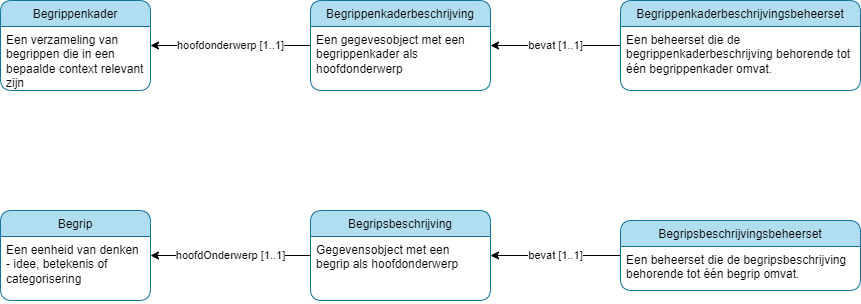
Above: sessies/metadata/versiebeheer/media/versiebeheer.begripsbeschrijving.drawio.png in pldn/nederlands-profiel-voor-stelselcatalogi (draw.io), before the change. Source tidied: cells renumbered, new cells last; positions are measured from the earlier drawing's top-left corner, leaving out a move shared by most shapes.
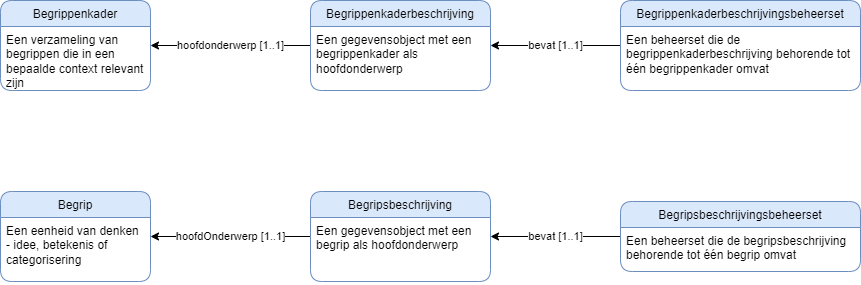
Above is the later version.

Diff of the diagram source:
```diff
@@ -8,46 +8,46 @@
     <mxCell id="3" value="hoofdonderwerp [1..1]" style="edgeStyle=none;html=1;" parent="1" edge="1" source="4" target="12">
       <mxGeometry relative="1" as="geometry" />
     </mxCell>
-    <mxCell id="4" value="Begrippenkaderbeschrijving" style="swimlane;fontStyle=0;horizontal=1;startSize=26;fillColor=#b1ddf0;rounded=1;strokeColor=#10739e;" parent="1" vertex="1">
-      <mxGeometry x="310" width="180" height="90" as="geometry" />
+    <mxCell id="4" value="Begrippenkaderbeschrijving" style="swimlane;fontStyle=0;horizontal=1;startSize=26;fillColor=#dae8fc;rounded=1;strokeColor=#6c8ebf;" parent="1" vertex="1">
+      <mxGeometry x="310" y="29" width="180" height="90" as="geometry" />
     </mxCell>
-    <mxCell id="5" value="Een gegevesobject met een begrippenkader als hoofdonderwerp" style="text;strokeColor=none;fillColor=none;align=left;verticalAlign=top;spacingLeft=4;spacingRight=4;overflow=hidden;whiteSpace=wrap;" parent="4" vertex="1">
+    <mxCell id="5" value="Een gegevensobject met een begrippenkader als hoofdonderwerp" style="text;strokeColor=none;fillColor=none;align=left;verticalAlign=top;spacingLeft=4;spacingRight=4;overflow=hidden;whiteSpace=wrap;" parent="4" vertex="1">
       <mxGeometry y="26" width="180" height="64" as="geometry" />
     </mxCell>
     <mxCell id="6" value="hoofdOnderwerp [1..1]" style="edgeStyle=none;html=1;" parent="1" edge="1" source="7" target="14">
       <mxGeometry relative="1" as="geometry" />
     </mxCell>
-    <mxCell id="7" value="Begripsbeschrijving" style="swimlane;fontStyle=0;horizontal=1;startSize=26;fillColor=#b1ddf0;rounded=1;strokeColor=#10739e;" parent="1" vertex="1">
-      <mxGeometry x="310" y="210" width="180" height="90" as="geometry" />
+    <mxCell id="7" value="Begripsbeschrijving" style="swimlane;fontStyle=0;horizontal=1;startSize=26;fillColor=#dae8fc;rounded=1;strokeColor=#6c8ebf;" parent="1" vertex="1">
+      <mxGeometry x="310" y="220" width="180" height="90" as="geometry" />
     </mxCell>
-    <mxCell id="8" value="Gegevensobject met een begrip als hoofdonderwerp" style="text;strokeColor=none;fillColor=none;align=left;verticalAlign=top;spacingLeft=4;spacingRight=4;overflow=hidden;whiteSpace=wrap;" parent="7" vertex="1">
+    <mxCell id="8" value="Een gegevensobject met een begrip als hoofdonderwerp" style="text;strokeColor=none;fillColor=none;align=left;verticalAlign=top;spacingLeft=4;spacingRight=4;overflow=hidden;whiteSpace=wrap;" parent="7" vertex="1">
       <mxGeometry y="26" width="180" height="64" as="geometry" />
     </mxCell>
     <mxCell id="9" value="bevat [1..1]" style="edgeStyle=none;html=1;" parent="1" edge="1" source="10" target="7">
       <mxGeometry relative="1" as="geometry" />
     </mxCell>
-    <mxCell id="10" value="Begripsbeschrijvingsbeheerset" style="swimlane;fontStyle=0;horizontal=1;startSize=26;fillColor=#b1ddf0;rounded=1;strokeColor=#10739e;" parent="1" vertex="1">
-      <mxGeometry x="620" y="220" width="240" height="70" as="geometry" />
+    <mxCell id="10" value="Begripsbeschrijvingsbeheerset" style="swimlane;fontStyle=0;horizontal=1;startSize=26;fillColor=#dae8fc;rounded=1;strokeColor=#6c8ebf;" parent="1" vertex="1">
+      <mxGeometry x="620" y="230" width="240" height="70" as="geometry" />
     </mxCell>
-    <mxCell id="11" value="Een beheerset die de begripsbeschrijving behorende tot één begrip omvat." style="text;strokeColor=none;fillColor=none;align=left;verticalAlign=top;spacingLeft=4;spacingRight=4;overflow=hidden;whiteSpace=wrap;spacingBottom=0;" parent="10" vertex="1">
+    <mxCell id="11" value="Een beheerset die de begripsbeschrijving behorende tot één begrip omvat" style="text;strokeColor=none;fillColor=none;align=left;verticalAlign=top;spacingLeft=4;spacingRight=4;overflow=hidden;whiteSpace=wrap;spacingBottom=0;" parent="10" vertex="1">
       <mxGeometry y="26" width="240" height="44" as="geometry" />
     </mxCell>
-    <mxCell id="12" value="Begrippenkader" style="swimlane;fontStyle=0;horizontal=1;startSize=26;fillColor=#b1ddf0;rounded=1;strokeColor=#10739e;" parent="1" vertex="1">
-      <mxGeometry width="150" height="90" as="geometry" />
+    <mxCell id="12" value="Begrippenkader" style="swimlane;fontStyle=0;horizontal=1;startSize=26;fillColor=#dae8fc;rounded=1;strokeColor=#6c8ebf;" parent="1" vertex="1">
+      <mxGeometry y="29" width="150" height="90" as="geometry" />
     </mxCell>
     <mxCell id="13" value="Een verzameling van begrippen die in een bepaalde context relevant zijn" style="text;strokeColor=none;fillColor=none;align=left;verticalAlign=top;spacingLeft=4;spacingRight=4;overflow=hidden;whiteSpace=wrap;" parent="12" vertex="1">
       <mxGeometry y="26" width="150" height="64" as="geometry" />
     </mxCell>
-    <mxCell id="14" value="Begrip" style="swimlane;fontStyle=0;horizontal=1;startSize=26;fillColor=#b1ddf0;rounded=1;strokeColor=#10739e;" parent="1" vertex="1">
-      <mxGeometry y="210" width="150" height="90" as="geometry" />
+    <mxCell id="14" value="Begrip" style="swimlane;fontStyle=0;horizontal=1;startSize=26;fillColor=#dae8fc;rounded=1;strokeColor=#6c8ebf;" parent="1" vertex="1">
+      <mxGeometry y="220" width="150" height="90" as="geometry" />
     </mxCell>
     <mxCell id="15" value="Een eenheid van denken - idee, betekenis of categorisering" style="text;strokeColor=none;fillColor=none;align=left;verticalAlign=top;spacingLeft=4;spacingRight=4;overflow=hidden;whiteSpace=wrap;" parent="14" vertex="1">
       <mxGeometry y="26" width="150" height="64" as="geometry" />
     </mxCell>
-    <mxCell id="16" value="Begrippenkaderbeschrijvingsbeheerset" style="swimlane;fontStyle=0;horizontal=1;startSize=26;fillColor=#b1ddf0;rounded=1;strokeColor=#10739e;" parent="1" vertex="1">
-      <mxGeometry x="620" width="240" height="90" as="geometry" />
+    <mxCell id="16" value="Begrippenkaderbeschrijvingsbeheerset" style="swimlane;fontStyle=0;horizontal=1;startSize=26;fillColor=#dae8fc;rounded=1;strokeColor=#6c8ebf;" parent="1" vertex="1">
+      <mxGeometry x="620" y="29" width="240" height="90" as="geometry" />
     </mxCell>
-    <mxCell id="17" value="Een beheerset die de begrippenkaderbeschrijving behorende tot één begrippenkader omvat." style="text;strokeColor=none;fillColor=none;align=left;verticalAlign=top;spacingLeft=4;spacingRight=4;overflow=hidden;whiteSpace=wrap;spacingBottom=0;" parent="16" vertex="1">
+    <mxCell id="17" value="Een beheerset die de begrippenkaderbeschrijving behorende tot één begrippenkader omvat" style="text;strokeColor=none;fillColor=none;align=left;verticalAlign=top;spacingLeft=4;spacingRight=4;overflow=hidden;whiteSpace=wrap;spacingBottom=0;" parent="16" vertex="1">
       <mxGeometry y="26" width="240" height="64" as="geometry" />
     </mxCell>
   </root>
```
